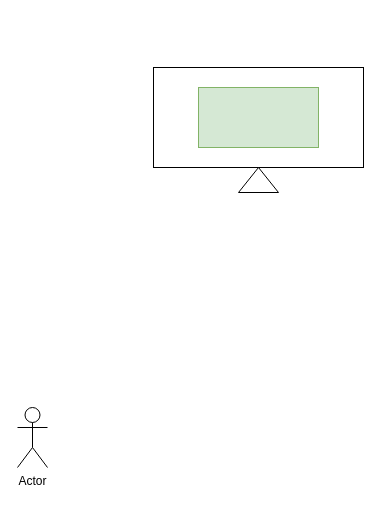
callmeliuchu/AlgebraSolution keeps this draw.io diagram as 后端.drawio. Above is the earlier version. Source tidied: cells renumbered, new cells numbered last; positions are measured from the earlier drawing's top-left corner, leaving out a move shared by most shapes. Both pictures are drawn from the tidied source at 100%, with x=0, y=0 at pixel (17, 67).
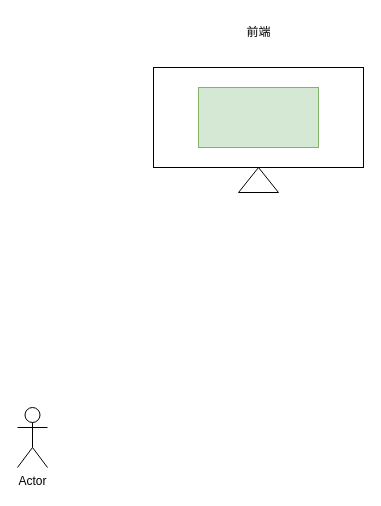
After the change.

The edit, as a diff of the source:
```diff
@@
 <mxGraphModel>
   <root>
     <mxCell id="0" />
     <mxCell id="1" parent="0" />
     <mxCell id="2" style="rounded=0;whiteSpace=wrap;html=1;" parent="1" vertex="1">
       <mxGeometry x="136" width="210" height="100" as="geometry" />
     </mxCell>
     <mxCell id="3" style="triangle;whiteSpace=wrap;html=1;rotation=-90;" parent="1" vertex="1">
       <mxGeometry x="228.5" y="92.5" width="25" height="40" as="geometry" />
     </mxCell>
     <mxCell id="4" style="rounded=0;whiteSpace=wrap;html=1;fillColor=#d5e8d4;strokeColor=#82b366;" parent="1" vertex="1">
       <mxGeometry x="181" y="20" width="120" height="60" as="geometry" />
     </mxCell>
     <mxCell id="5" value="Actor" style="shape=umlActor;verticalLabelPosition=bottom;verticalAlign=top;html=1;" parent="1" vertex="1">
       <mxGeometry y="340" width="30" height="60" as="geometry" />
     </mxCell>
+    <mxCell id="6" value="前端" style="text;html=1;align=center;verticalAlign=middle;strokeColor=none;fillColor=none;" parent="1" vertex="1">
+      <mxGeometry x="216" y="-50" width="50" height="30" as="geometry" />
+    </mxCell>
   </root>
 </mxGraphModel>
```
